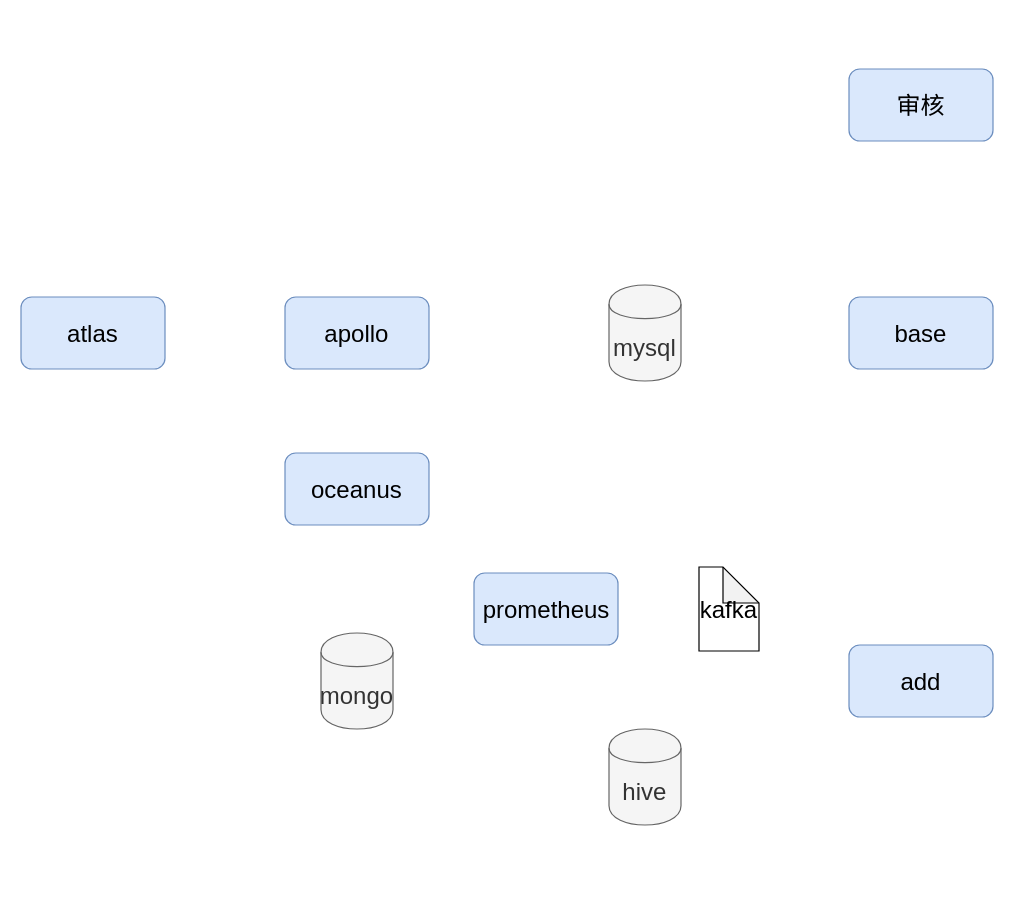
Earlier version of the draw.io diagram clue_market.drawio (effyroth/drawio2). Source tidied: cells renumbered, new cells numbered last; positions are measured from the earlier drawing's top-left corner, leaving out a move shared by most shapes. Both pictures are drawn from the tidied source at 120%, with x=0, y=0 at pixel (20, 68).
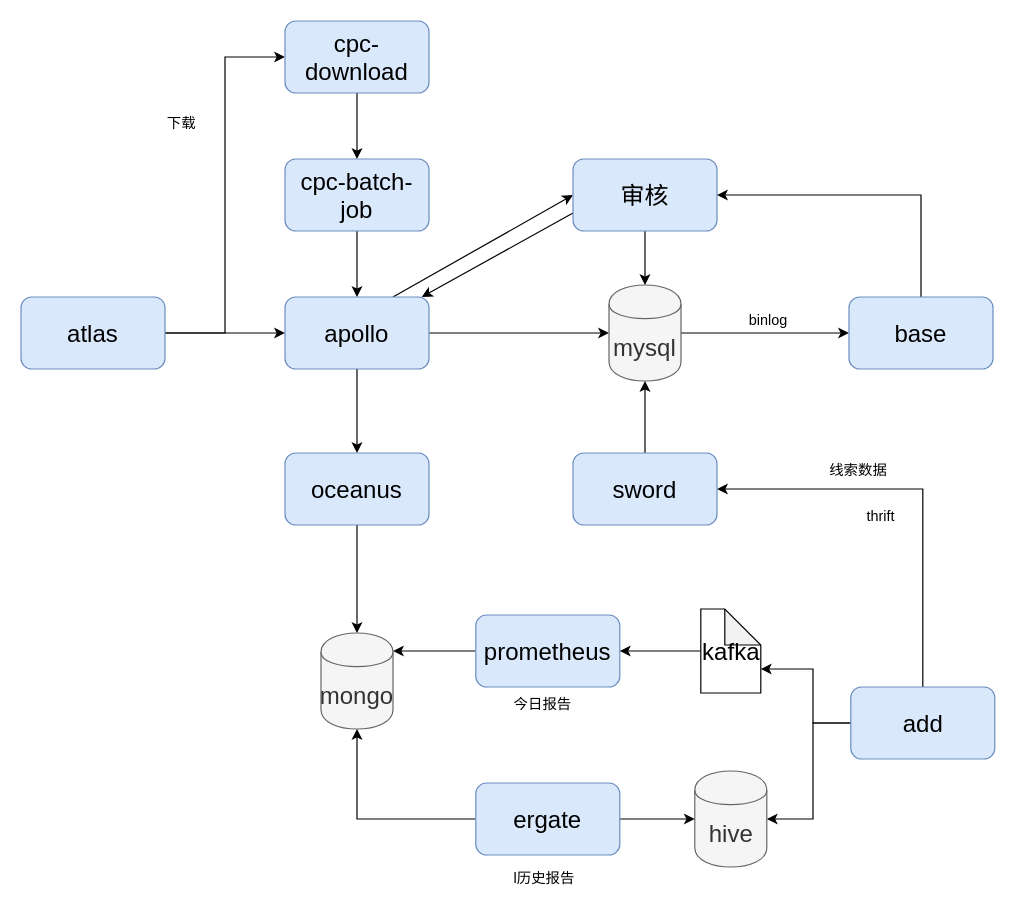
The same diagram, later.

The change refers to these unchanged cells:
```xml
<mxCell id="2" value="&lt;font style=&quot;font-size: 20px&quot;&gt;atlas&lt;/font&gt;" style="rounded=1;whiteSpace=wrap;html=1;fillColor=#dae8fc;strokeColor=#6c8ebf;" parent="1" vertex="1">
  <mxGeometry y="190" width="120" height="60" as="geometry" />
</mxCell>
<mxCell id="3" value="&lt;font style=&quot;font-size: 20px&quot;&gt;apollo&lt;/font&gt;" style="rounded=1;whiteSpace=wrap;html=1;fillColor=#dae8fc;strokeColor=#6c8ebf;" parent="1" vertex="1">
  <mxGeometry x="220" y="190" width="120" height="60" as="geometry" />
</mxCell>
<mxCell id="4" value="&lt;font style=&quot;font-size: 20px&quot;&gt;oceanus&lt;/font&gt;" style="rounded=1;whiteSpace=wrap;html=1;fillColor=#dae8fc;strokeColor=#6c8ebf;" parent="1" vertex="1">
  <mxGeometry x="220" y="320" width="120" height="60" as="geometry" />
</mxCell>
<mxCell id="6" value="&lt;font style=&quot;font-size: 20px&quot;&gt;mysql&lt;/font&gt;" style="shape=cylinder;whiteSpace=wrap;html=1;boundedLbl=1;backgroundOutline=1;fillColor=#f5f5f5;strokeColor=#666666;fontColor=#333333;" parent="1" vertex="1">
  <mxGeometry x="490" y="180" width="60" height="80" as="geometry" />
</mxCell>
<mxCell id="7" value="&lt;font style=&quot;font-size: 20px&quot;&gt;base&lt;/font&gt;" style="rounded=1;whiteSpace=wrap;html=1;fillColor=#dae8fc;strokeColor=#6c8ebf;" parent="1" vertex="1">
  <mxGeometry x="690" y="190" width="120" height="60" as="geometry" />
</mxCell>
<mxCell id="8" value="&lt;font style=&quot;font-size: 20px&quot;&gt;mongo&lt;/font&gt;" style="shape=cylinder;whiteSpace=wrap;html=1;boundedLbl=1;backgroundOutline=1;fillColor=#f5f5f5;strokeColor=#666666;fontColor=#333333;" parent="1" vertex="1">
  <mxGeometry x="250" y="470" width="60" height="80" as="geometry" />
</mxCell>
```

What changed in the source:
```diff
@@
+    <mxCell id="13" style="edgeStyle=orthogonalEdgeStyle;rounded=0;jettySize=auto;html=1;" parent="1" edge="1" source="2" target="3">
+      <mxGeometry relative="1" as="geometry" />
+    </mxCell>
+    <mxCell id="14" style="edgeStyle=orthogonalEdgeStyle;rounded=0;jettySize=auto;html=1;entryX=0;entryY=0.5;entryDx=0;entryDy=0;" parent="1" edge="1" source="2" target="34">
+      <mxGeometry relative="1" as="geometry" />
+    </mxCell>
@@
+    <mxCell id="15" style="edgeStyle=orthogonalEdgeStyle;rounded=0;jettySize=auto;html=1;entryX=0.5;entryY=0;entryDx=0;entryDy=0;" parent="1" edge="1" source="3" target="4">
+      <mxGeometry relative="1" as="geometry" />
+    </mxCell>
+    <mxCell id="16" style="edgeStyle=orthogonalEdgeStyle;rounded=0;jettySize=auto;html=1;entryX=0;entryY=0.5;entryDx=0;entryDy=0;" parent="1" edge="1" source="3" target="6">
+      <mxGeometry relative="1" as="geometry" />
+    </mxCell>
+    <mxCell id="17" style="rounded=0;jettySize=auto;html=1;exitX=0.75;exitY=0;exitDx=0;exitDy=0;entryX=0;entryY=0.5;entryDx=0;entryDy=0;" parent="1" edge="1" source="3" target="5">
+      <mxGeometry relative="1" as="geometry" />
+    </mxCell>
@@
+    <mxCell id="18" style="edgeStyle=orthogonalEdgeStyle;rounded=0;jettySize=auto;html=1;entryX=0.5;entryY=0;entryDx=0;entryDy=0;" parent="1" edge="1" source="4" target="8">
+      <mxGeometry relative="1" as="geometry" />
+    </mxCell>
@@
+    <mxCell id="19" style="edgeStyle=none;rounded=0;jettySize=auto;html=1;exitX=0;exitY=0.75;exitDx=0;exitDy=0;" parent="1" edge="1" source="5" target="3">
+      <mxGeometry relative="1" as="geometry" />
+    </mxCell>
+    <mxCell id="20" style="edgeStyle=none;rounded=0;jettySize=auto;html=1;entryX=0.5;entryY=0;entryDx=0;entryDy=0;" parent="1" edge="1" source="5" target="6">
+      <mxGeometry relative="1" as="geometry" />
+    </mxCell>
     <mxCell id="5" value="&lt;font style=&quot;font-size: 20px&quot;&gt;审核&lt;/font&gt;" style="rounded=1;whiteSpace=wrap;html=1;fillColor=#dae8fc;strokeColor=#6c8ebf;" parent="1" vertex="1">
-      <mxGeometry x="690" width="120" height="60" as="geometry" />
+      <mxGeometry x="460" y="75" width="120" height="60" as="geometry" />
     </mxCell>
+    <mxCell id="21" style="edgeStyle=orthogonalEdgeStyle;rounded=0;jettySize=auto;html=1;entryX=0;entryY=0.5;entryDx=0;entryDy=0;" parent="1" edge="1" source="6" target="7">
+      <mxGeometry relative="1" as="geometry" />
+    </mxCell>
@@
+    <mxCell id="22" style="edgeStyle=orthogonalEdgeStyle;rounded=0;jettySize=auto;html=1;entryX=1;entryY=0.5;entryDx=0;entryDy=0;" parent="1" edge="1" source="7" target="5">
+      <mxGeometry relative="1" as="geometry">
+        <Array as="points">
+          <mxPoint x="750" y="105" />
+        </Array>
+      </mxGeometry>
+    </mxCell>
@@
+    <mxCell id="23" style="edgeStyle=orthogonalEdgeStyle;rounded=0;jettySize=auto;html=1;entryX=0;entryY=0;entryDx=50;entryDy=50;entryPerimeter=0;" parent="1" edge="1" source="9" target="12">
+      <mxGeometry relative="1" as="geometry">
+        <Array as="points">
+          <mxPoint x="660" y="545" />
+          <mxPoint x="660" y="500" />
+        </Array>
+      </mxGeometry>
+    </mxCell>
+    <mxCell id="24" style="edgeStyle=orthogonalEdgeStyle;rounded=0;jettySize=auto;html=1;entryX=1;entryY=0.5;entryDx=0;entryDy=0;" parent="1" edge="1" source="9" target="11">
+      <mxGeometry relative="1" as="geometry">
+        <Array as="points">
+          <mxPoint x="660" y="545" />
+          <mxPoint x="660" y="625" />
+        </Array>
+      </mxGeometry>
+    </mxCell>
+    <mxCell id="25" style="edgeStyle=orthogonalEdgeStyle;rounded=0;jettySize=auto;html=1;entryX=1;entryY=0.5;entryDx=0;entryDy=0;" parent="1" edge="1" source="9" target="32">
+      <mxGeometry relative="1" as="geometry">
+        <Array as="points">
+          <mxPoint x="752" y="350" />
+        </Array>
+      </mxGeometry>
+    </mxCell>
     <mxCell id="9" value="&lt;font style=&quot;font-size: 20px&quot;&gt;add&lt;/font&gt;" style="rounded=1;whiteSpace=wrap;html=1;fillColor=#dae8fc;strokeColor=#6c8ebf;" parent="1" vertex="1">
-      <mxGeometry x="690" y="480" width="120" height="60" as="geometry" />
+      <mxGeometry x="691.5" y="515" width="120" height="60" as="geometry" />
     </mxCell>
+    <mxCell id="26" style="edgeStyle=orthogonalEdgeStyle;rounded=0;jettySize=auto;html=1;" parent="1" edge="1" source="10">
+      <mxGeometry relative="1" as="geometry">
+        <mxPoint x="310" y="485" as="targetPoint" />
+        <Array as="points">
+          <mxPoint x="310" y="485" />
+        </Array>
+      </mxGeometry>
+    </mxCell>
     <mxCell id="10" value="&lt;font style=&quot;font-size: 20px&quot;&gt;prometheus&lt;/font&gt;" style="rounded=1;whiteSpace=wrap;html=1;fillColor=#dae8fc;strokeColor=#6c8ebf;" parent="1" vertex="1">
-      <mxGeometry x="377.5" y="420" width="120" height="60" as="geometry" />
+      <mxGeometry x="379" y="455" width="120" height="60" as="geometry" />
     </mxCell>
     <mxCell id="11" value="&lt;font style=&quot;font-size: 20px&quot;&gt;hive&lt;/font&gt;" style="shape=cylinder;whiteSpace=wrap;html=1;boundedLbl=1;backgroundOutline=1;fillColor=#f5f5f5;strokeColor=#666666;fontColor=#333333;" parent="1" vertex="1">
-      <mxGeometry x="490" y="550" width="60" height="80" as="geometry" />
+      <mxGeometry x="561.5" y="585" width="60" height="80" as="geometry" />
     </mxCell>
+    <mxCell id="27" style="edgeStyle=orthogonalEdgeStyle;rounded=0;jettySize=auto;html=1;entryX=1;entryY=0.5;entryDx=0;entryDy=0;" parent="1" edge="1" source="12" target="10">
+      <mxGeometry relative="1" as="geometry" />
+    </mxCell>
     <mxCell id="12" value="&lt;font style=&quot;font-size: 20px&quot;&gt;kafka&lt;/font&gt;" style="shape=note;whiteSpace=wrap;html=1;backgroundOutline=1;darkOpacity=0.05;" parent="1" vertex="1">
-      <mxGeometry x="565" y="415" width="50" height="70" as="geometry" />
+      <mxGeometry x="566.5" y="450" width="50" height="70" as="geometry" />
     </mxCell>
+    <mxCell id="28" style="edgeStyle=orthogonalEdgeStyle;rounded=0;jettySize=auto;html=1;entryX=0;entryY=0.5;entryDx=0;entryDy=0;" parent="1" edge="1" source="30" target="11">
+      <mxGeometry relative="1" as="geometry" />
+    </mxCell>
+    <mxCell id="29" style="edgeStyle=orthogonalEdgeStyle;rounded=0;jettySize=auto;html=1;entryX=0.5;entryY=1;entryDx=0;entryDy=0;" parent="1" edge="1" source="30" target="8">
+      <mxGeometry relative="1" as="geometry" />
+    </mxCell>
+    <mxCell id="30" value="&lt;font style=&quot;font-size: 20px&quot;&gt;ergate&lt;/font&gt;" style="rounded=1;whiteSpace=wrap;html=1;fillColor=#dae8fc;strokeColor=#6c8ebf;" parent="1" vertex="1">
+      <mxGeometry x="379" y="595" width="120" height="60" as="geometry" />
+    </mxCell>
+    <mxCell id="31" style="edgeStyle=orthogonalEdgeStyle;rounded=0;jettySize=auto;html=1;entryX=0.5;entryY=1;entryDx=0;entryDy=0;" parent="1" edge="1" source="32" target="6">
+      <mxGeometry relative="1" as="geometry">
+        <Array as="points">
+          <mxPoint x="520" y="355" />
+        </Array>
+      </mxGeometry>
+    </mxCell>
+    <mxCell id="32" value="&lt;font style=&quot;font-size: 20px&quot;&gt;sword&lt;/font&gt;" style="rounded=1;whiteSpace=wrap;html=1;fillColor=#dae8fc;strokeColor=#6c8ebf;" parent="1" vertex="1">
+      <mxGeometry x="460" y="320" width="120" height="60" as="geometry" />
+    </mxCell>
+    <mxCell id="33" style="edgeStyle=orthogonalEdgeStyle;rounded=0;jettySize=auto;html=1;entryX=0.5;entryY=0;entryDx=0;entryDy=0;" parent="1" edge="1" source="34" target="36">
+      <mxGeometry relative="1" as="geometry" />
+    </mxCell>
+    <mxCell id="34" value="&lt;font style=&quot;font-size: 20px&quot;&gt;cpc-download&lt;/font&gt;" style="rounded=1;whiteSpace=wrap;html=1;fillColor=#dae8fc;strokeColor=#6c8ebf;" parent="1" vertex="1">
+      <mxGeometry x="220" y="-40" width="120" height="60" as="geometry" />
+    </mxCell>
+    <mxCell id="35" style="edgeStyle=orthogonalEdgeStyle;rounded=0;jettySize=auto;html=1;entryX=0.5;entryY=0;entryDx=0;entryDy=0;" parent="1" edge="1" source="36" target="3">
+      <mxGeometry relative="1" as="geometry" />
+    </mxCell>
+    <mxCell id="36" value="&lt;font style=&quot;font-size: 20px&quot;&gt;cpc-batch-job&lt;/font&gt;" style="rounded=1;whiteSpace=wrap;html=1;fillColor=#dae8fc;strokeColor=#6c8ebf;" parent="1" vertex="1">
+      <mxGeometry x="220" y="75" width="120" height="60" as="geometry" />
+    </mxCell>
+    <mxCell id="37" value="下载" style="text;html=1;align=left;verticalAlign=top;spacingTop=-4;" parent="1" vertex="1">
+      <mxGeometry x="120" y="36" width="40" height="20" as="geometry" />
+    </mxCell>
+    <mxCell id="38" value="binlog" style="text;html=1;align=left;verticalAlign=top;spacingTop=-4;" parent="1" vertex="1">
+      <mxGeometry x="605" y="200" width="50" height="20" as="geometry" />
+    </mxCell>
+    <mxCell id="39" value="thrift" style="text;html=1;align=left;verticalAlign=top;spacingTop=-4;" parent="1" vertex="1">
+      <mxGeometry x="703" y="363" width="40" height="20" as="geometry" />
+    </mxCell>
+    <mxCell id="40" value="l历史报告" style="text;html=1;align=left;verticalAlign=top;spacingTop=-4;" parent="1" vertex="1">
+      <mxGeometry x="408.5" y="665" width="70" height="20" as="geometry" />
+    </mxCell>
+    <mxCell id="41" value="今日报告" style="text;html=1;align=left;verticalAlign=top;spacingTop=-4;" parent="1" vertex="1">
+      <mxGeometry x="408.5" y="520" width="60" height="20" as="geometry" />
+    </mxCell>
+    <mxCell id="42" value="线索数据" style="text;html=1;align=left;verticalAlign=top;spacingTop=-4;" parent="1" vertex="1">
+      <mxGeometry x="672" y="325" width="60" height="20" as="geometry" />
+    </mxCell>
```
